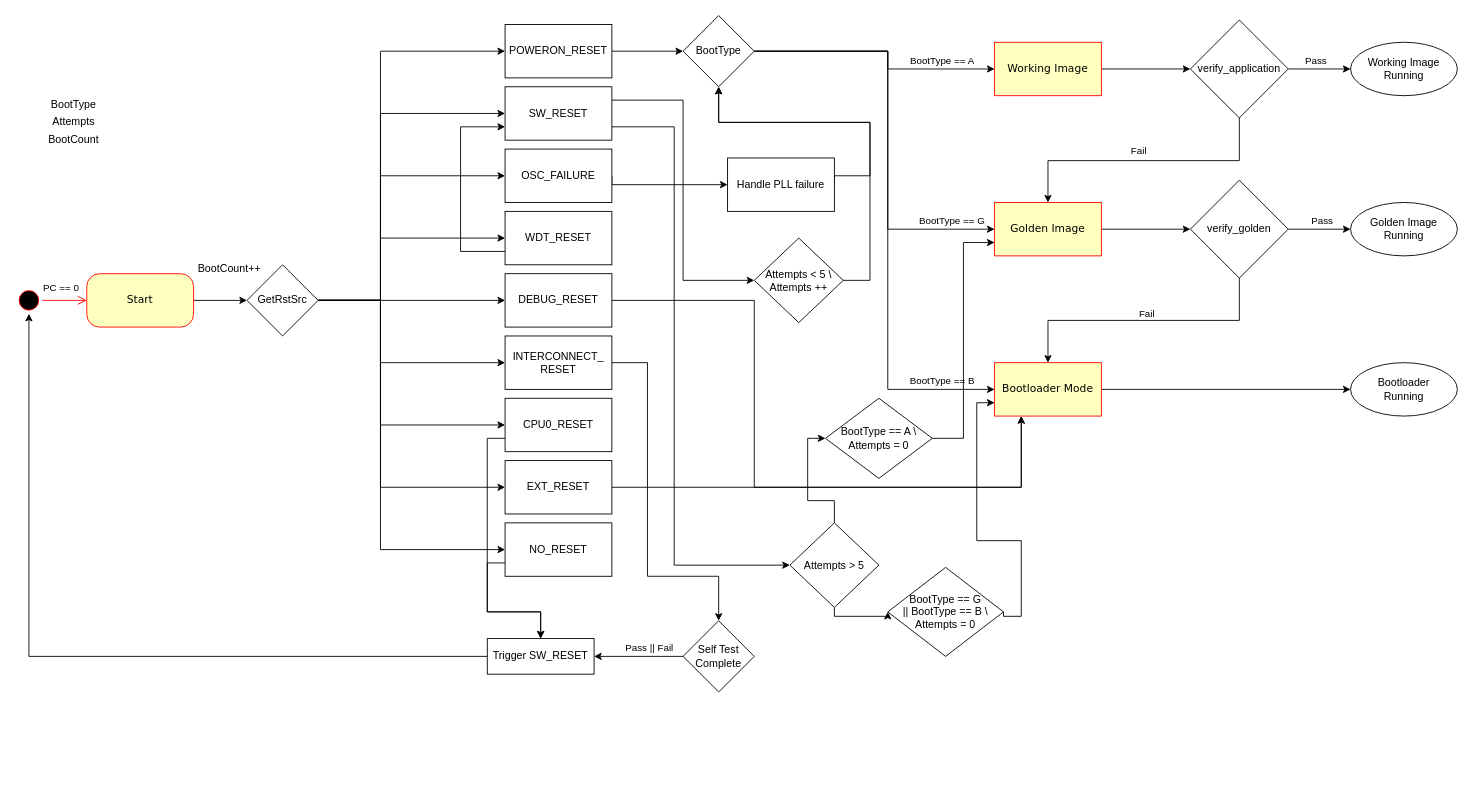
The draw.io diagram Boot_decisions.drawio in AlbertaSat/ex2_bootloader, before the edit. Source tidied: cells renumbered, new cells numbered last; positions are measured from the earlier drawing's top-left corner, leaving out a move shared by most shapes. Both pictures are drawn from the tidied source at 89%, with x=0, y=0 at pixel (15, 15).
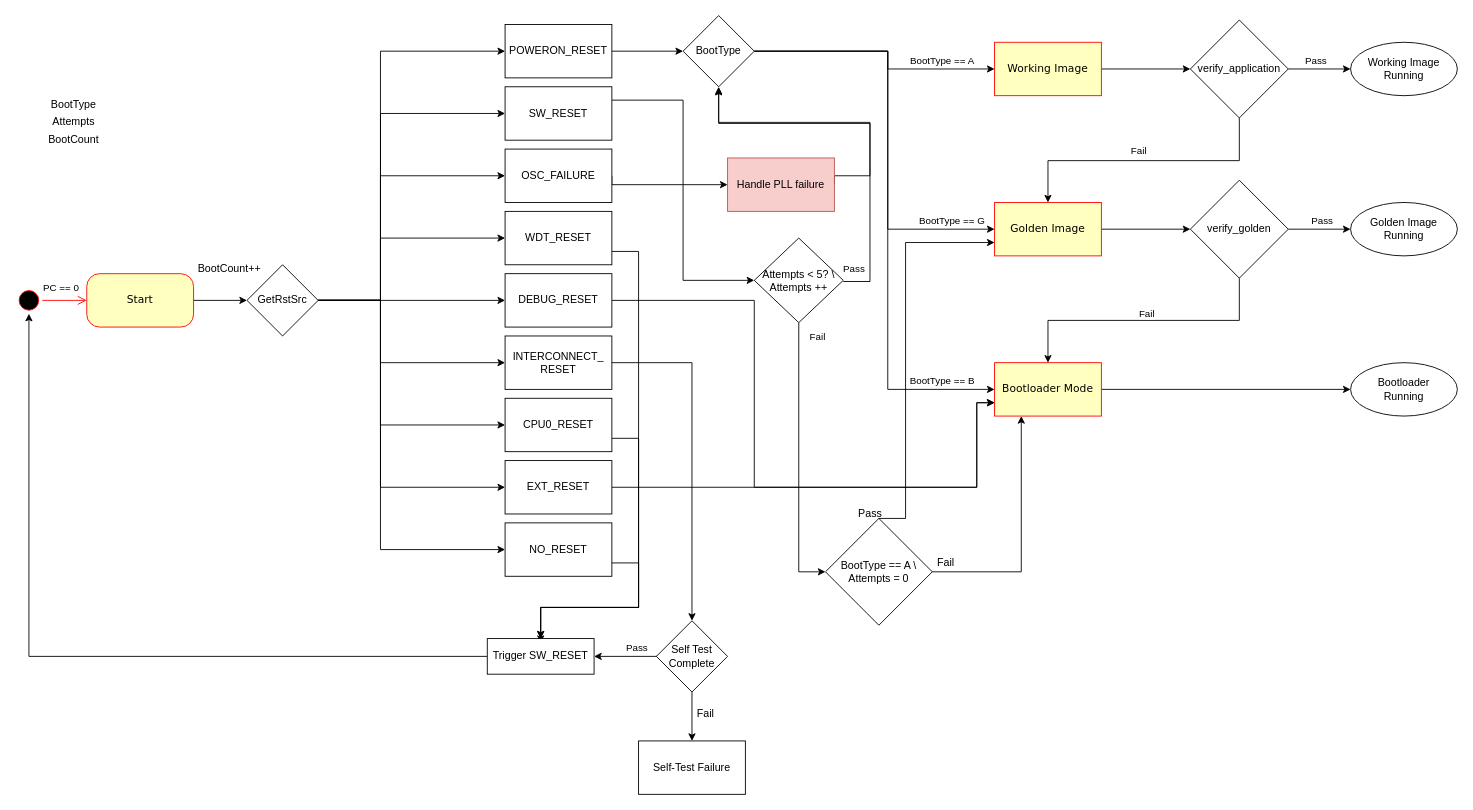
After the change.

Commit message:
Clean up diagram

Unchanged cells that the change refers to:
```xml
<mxCell id="4" value="Bootloader Mode" style="rounded=1;whiteSpace=wrap;html=1;arcSize=0;fillColor=#ffffc0;strokeColor=#ff0000;shadow=0;comic=0;labelBackgroundColor=none;fontFamily=Verdana;fontSize=12;fontColor=#000000;align=center;" parent="1" vertex="1">
  <mxGeometry x="1100" y="390" width="120" height="60" as="geometry" />
</mxCell>
<mxCell id="19" value="Golden Image&lt;span style=&quot;white-space: pre&quot;&gt;&lt;/span&gt;" style="rounded=1;whiteSpace=wrap;html=1;arcSize=0;fillColor=#ffffc0;strokeColor=#ff0000;shadow=0;comic=0;labelBackgroundColor=none;fontFamily=Verdana;fontSize=12;fontColor=#000000;align=center;" parent="1" vertex="1">
  <mxGeometry x="1100" y="210" width="120" height="60" as="geometry" />
</mxCell>
<mxCell id="29" value="SW_RESET" style="rounded=0;whiteSpace=wrap;html=1;" parent="1" vertex="1">
  <mxGeometry x="550" y="80" width="120" height="60" as="geometry" />
</mxCell>
<mxCell id="33" value="WDT_RESET" style="rounded=0;whiteSpace=wrap;html=1;" parent="1" vertex="1">
  <mxGeometry x="550" y="220" width="120" height="60" as="geometry" />
</mxCell>
<mxCell id="35" value="DEBUG_RESET" style="rounded=0;whiteSpace=wrap;html=1;" parent="1" vertex="1">
  <mxGeometry x="550" y="290" width="120" height="60" as="geometry" />
</mxCell>
<mxCell id="37" value="&lt;div&gt;INTERCONNECT_&lt;/div&gt;&lt;div&gt;RESET&lt;br&gt;&lt;/div&gt;" style="rounded=0;whiteSpace=wrap;html=1;" parent="1" vertex="1">
  <mxGeometry x="550" y="360" width="120" height="60" as="geometry" />
</mxCell>
<mxCell id="39" value="CPU0_RESET" style="rounded=0;whiteSpace=wrap;html=1;" parent="1" vertex="1">
  <mxGeometry x="550" y="430" width="120" height="60" as="geometry" />
</mxCell>
<mxCell id="41" value="EXT_RESET" style="rounded=0;whiteSpace=wrap;html=1;" parent="1" vertex="1">
  <mxGeometry x="550" y="500" width="120" height="60" as="geometry" />
</mxCell>
<mxCell id="43" value="NO_RESET" style="rounded=0;whiteSpace=wrap;html=1;" parent="1" vertex="1">
  <mxGeometry x="550" y="570" width="120" height="60" as="geometry" />
</mxCell>
<mxCell id="52" value="BootType" style="rhombus;whiteSpace=wrap;html=1;" parent="1" vertex="1">
  <mxGeometry x="750" width="80" height="80" as="geometry" />
</mxCell>
<mxCell id="68" style="edgeStyle=orthogonalEdgeStyle;rounded=0;jumpSize=6;jettySize=auto;html=1;exitX=0;exitY=0.5;exitDx=0;exitDy=0;entryX=1;entryY=0.5;entryDx=0;entryDy=0;" parent="1" edge="1" source="70" target="72">
  <mxGeometry relative="1" as="geometry">
    <Array as="points">
      <mxPoint x="750" y="720" />
    </Array>
  </mxGeometry>
</mxCell>
<mxCell id="72" value="Trigger SW_RESET" style="rounded=0;whiteSpace=wrap;html=1;" parent="1" vertex="1">
  <mxGeometry x="530" y="700" width="120" height="40" as="geometry" />
</mxCell>
```

Diff of the diagram source:
```diff
@@
-    <mxCell id="27" style="edgeStyle=orthogonalEdgeStyle;rounded=0;jumpSize=6;jettySize=auto;html=1;exitX=1;exitY=0.75;exitDx=0;exitDy=0;entryX=0;entryY=0.5;entryDx=0;entryDy=0;fontColor=#FF0000;" parent="1" edge="1" source="29" target="75">
-      <mxGeometry relative="1" as="geometry">
-        <Array as="points">
-          <mxPoint x="740" y="125" />
-          <mxPoint x="740" y="618" />
-        </Array>
-      </mxGeometry>
-    </mxCell>
@@
-    <mxCell id="32" style="edgeStyle=orthogonalEdgeStyle;rounded=0;jumpSize=6;jettySize=auto;html=1;exitX=0;exitY=0.75;exitDx=0;exitDy=0;entryX=0;entryY=0.75;entryDx=0;entryDy=0;fontColor=#FF0000;" parent="1" edge="1" source="33" target="29">
+    <mxCell id="32" style="edgeStyle=orthogonalEdgeStyle;rounded=0;jumpSize=6;jettySize=auto;html=1;exitX=1;exitY=0.75;exitDx=0;exitDy=0;fontColor=#FF0000;" parent="1" edge="1" source="33">
       <mxGeometry relative="1" as="geometry">
+        <mxPoint x="590" y="705" as="targetPoint" />
         <Array as="points">
-          <mxPoint x="500" y="265" />
-          <mxPoint x="500" y="125" />
+          <mxPoint x="700" y="265" />
+          <mxPoint x="700" y="665" />
+          <mxPoint x="590" y="665" />
         </Array>
       </mxGeometry>
     </mxCell>
@@
-    <mxCell id="34" style="edgeStyle=orthogonalEdgeStyle;rounded=0;jumpSize=6;jettySize=auto;html=1;exitX=1;exitY=0.5;exitDx=0;exitDy=0;" parent="1" edge="1" source="35">
+    <mxCell id="34" style="edgeStyle=orthogonalEdgeStyle;rounded=0;jumpSize=6;jettySize=auto;html=1;exitX=1;exitY=0.5;exitDx=0;exitDy=0;entryX=0;entryY=0.75;entryDx=0;entryDy=0;" parent="1" edge="1" source="35" target="4">
       <mxGeometry relative="1" as="geometry">
-        <mxPoint x="1130" y="450" as="targetPoint" />
         <Array as="points">
           <mxPoint x="830" y="320" />
           <mxPoint x="830" y="530" />
-          <mxPoint x="1130" y="530" />
+          <mxPoint x="1080" y="530" />
+          <mxPoint x="1080" y="435" />
         </Array>
       </mxGeometry>
     </mxCell>
@@
     <mxCell id="36" style="edgeStyle=orthogonalEdgeStyle;rounded=0;jumpSize=6;jettySize=auto;html=1;exitX=1;exitY=0.5;exitDx=0;exitDy=0;entryX=0.5;entryY=0;entryDx=0;entryDy=0;" parent="1" edge="1" source="37" target="70">
       <mxGeometry relative="1" as="geometry">
         <Array as="points">
-          <mxPoint x="710" y="390" />
-          <mxPoint x="710" y="630" />
-          <mxPoint x="790" y="630" />
+          <mxPoint x="760" y="390" />
         </Array>
       </mxGeometry>
     </mxCell>
@@
-    <mxCell id="38" style="edgeStyle=orthogonalEdgeStyle;rounded=0;jumpSize=6;jettySize=auto;html=1;exitX=0;exitY=0.75;exitDx=0;exitDy=0;entryX=0.5;entryY=0;entryDx=0;entryDy=0;fontColor=#FF0000;" parent="1" edge="1" source="39" target="72">
+    <mxCell id="38" style="edgeStyle=orthogonalEdgeStyle;rounded=0;jumpSize=6;jettySize=auto;html=1;exitX=1;exitY=0.75;exitDx=0;exitDy=0;entryX=0.5;entryY=0;entryDx=0;entryDy=0;fontColor=#FF0000;" parent="1" edge="1" source="39" target="72">
       <mxGeometry relative="1" as="geometry">
         <Array as="points">
-          <mxPoint x="530" y="475" />
-          <mxPoint x="530" y="670" />
-          <mxPoint x="590" y="670" />
+          <mxPoint x="700" y="475" />
+          <mxPoint x="700" y="665" />
+          <mxPoint x="590" y="665" />
         </Array>
       </mxGeometry>
     </mxCell>
@@
-    <mxCell id="40" style="edgeStyle=orthogonalEdgeStyle;rounded=0;jumpSize=6;jettySize=auto;html=1;exitX=1;exitY=0.5;exitDx=0;exitDy=0;" parent="1" edge="1" source="41">
+    <mxCell id="40" style="edgeStyle=orthogonalEdgeStyle;rounded=0;jumpSize=6;jettySize=auto;html=1;exitX=1;exitY=0.5;exitDx=0;exitDy=0;entryX=0;entryY=0.75;entryDx=0;entryDy=0;" parent="1" edge="1" source="41" target="4">
       <mxGeometry relative="1" as="geometry">
-        <mxPoint x="1130" y="450" as="targetPoint" />
         <Array as="points">
-          <mxPoint x="1130" y="530" />
+          <mxPoint x="1080" y="530" />
+          <mxPoint x="1080" y="435" />
         </Array>
       </mxGeometry>
     </mxCell>
@@
-    <mxCell id="42" style="edgeStyle=orthogonalEdgeStyle;rounded=0;jumpSize=6;jettySize=auto;html=1;exitX=0;exitY=0.75;exitDx=0;exitDy=0;entryX=0.5;entryY=0;entryDx=0;entryDy=0;fontColor=#FF0000;" parent="1" edge="1" source="43" target="72">
+    <mxCell id="42" style="edgeStyle=orthogonalEdgeStyle;rounded=0;jumpSize=6;jettySize=auto;html=1;exitX=1;exitY=0.75;exitDx=0;exitDy=0;entryX=0.5;entryY=0;entryDx=0;entryDy=0;fontColor=#FF0000;" parent="1" edge="1" source="43" target="72">
       <mxGeometry relative="1" as="geometry">
         <Array as="points">
-          <mxPoint x="530" y="615" />
-          <mxPoint x="530" y="670" />
-          <mxPoint x="590" y="670" />
+          <mxPoint x="700" y="615" />
+          <mxPoint x="700" y="665" />
+          <mxPoint x="590" y="665" />
         </Array>
       </mxGeometry>
     </mxCell>
@@
-    <mxCell id="67" value="Handle PLL failure" style="rounded=0;whiteSpace=wrap;html=1;" parent="1" vertex="1">
+    <mxCell id="67" value="Handle PLL failure" style="rounded=0;whiteSpace=wrap;html=1;fillColor=#f8cecc;strokeColor=#b85450;" parent="1" vertex="1">
       <mxGeometry x="800" y="160" width="120" height="60" as="geometry" />
     </mxCell>
@@
-    <mxCell id="69" value="&lt;div&gt;Pass || Fail&lt;/div&gt;" style="edgeLabel;html=1;align=center;verticalAlign=middle;" parent="68" vertex="1">
+    <mxCell id="69" value="&lt;div&gt;Pass&lt;/div&gt;" style="edgeLabel;html=1;align=center;verticalAlign=middle;" parent="68" vertex="1">
       <mxGeometry x="-0.86" relative="1" as="geometry">
         <mxPoint x="-32" y="-10" as="offset" />
       </mxGeometry>
     </mxCell>
+    <mxCell id="82" style="edgeStyle=orthogonalEdgeStyle;rounded=0;jettySize=auto;html=1;exitX=0.5;exitY=1;exitDx=0;exitDy=0;" parent="1" edge="1" source="70" target="86">
+      <mxGeometry relative="1" as="geometry" />
+    </mxCell>
     <mxCell id="70" value="&lt;div&gt;Self Test&lt;/div&gt;&lt;div&gt;Complete&lt;br&gt;&lt;/div&gt;" style="rhombus;whiteSpace=wrap;html=1;" parent="1" vertex="1">
-      <mxGeometry x="750" y="680" width="80" height="80" as="geometry" />
+      <mxGeometry x="720" y="680" width="80" height="80" as="geometry" />
     </mxCell>
@@
-    <mxCell id="73" style="edgeStyle=orthogonalEdgeStyle;rounded=0;jumpSize=6;jettySize=auto;html=1;exitX=0.5;exitY=1;exitDx=0;exitDy=0;entryX=0;entryY=0.5;entryDx=0;entryDy=0;" parent="1" edge="1" source="75" target="79">
-      <mxGeometry relative="1" as="geometry">
-        <Array as="points">
-          <mxPoint x="920" y="675" />
-        </Array>
-      </mxGeometry>
-    </mxCell>
-    <mxCell id="74" style="edgeStyle=orthogonalEdgeStyle;rounded=0;jumpSize=6;jettySize=auto;html=1;exitX=0.5;exitY=0;exitDx=0;exitDy=0;entryX=0;entryY=0.5;entryDx=0;entryDy=0;" parent="1" edge="1" source="75" target="77">
-      <mxGeometry relative="1" as="geometry" />
-    </mxCell>
-    <mxCell id="75" value="Attempts &amp;gt; 5" style="rhombus;whiteSpace=wrap;html=1;" parent="1" vertex="1">
-      <mxGeometry x="870" y="570" width="100" height="95" as="geometry" />
+    <mxCell id="75" value="&lt;div&gt;BootType == A \&lt;/div&gt;&lt;div&gt;Attempts = 0&lt;br&gt;&lt;/div&gt;" style="rhombus;whiteSpace=wrap;html=1;" parent="1" vertex="1">
+      <mxGeometry x="910" y="565" width="120" height="120" as="geometry" />
     </mxCell>
-    <mxCell id="76" style="edgeStyle=orthogonalEdgeStyle;rounded=0;jumpSize=6;jettySize=auto;html=1;exitX=1;exitY=0.5;exitDx=0;exitDy=0;entryX=0;entryY=0.75;entryDx=0;entryDy=0;" parent="1" edge="1" source="77" target="19">
-      <mxGeometry relative="1" as="geometry" />
+    <mxCell id="76" style="edgeStyle=orthogonalEdgeStyle;rounded=0;jumpSize=6;jettySize=auto;html=1;exitX=0.5;exitY=0;exitDx=0;exitDy=0;entryX=0;entryY=0.75;entryDx=0;entryDy=0;" parent="1" edge="1" source="75" target="19">
+      <mxGeometry relative="1" as="geometry">
+        <Array as="points">
+          <mxPoint x="1000" y="565" />
+          <mxPoint x="1000" y="255" />
+        </Array>
+      </mxGeometry>
     </mxCell>
-    <mxCell id="77" value="&lt;div&gt;BootType == A \&lt;/div&gt;&lt;div&gt;Attempts = 0&lt;br&gt;&lt;/div&gt;" style="rhombus;whiteSpace=wrap;html=1;" parent="1" vertex="1">
-      <mxGeometry x="910" y="430" width="120" height="90" as="geometry" />
-    </mxCell>
-    <mxCell id="78" style="edgeStyle=orthogonalEdgeStyle;rounded=0;jumpSize=6;jettySize=auto;html=1;exitX=1;exitY=0.5;exitDx=0;exitDy=0;entryX=0;entryY=0.75;entryDx=0;entryDy=0;" parent="1" edge="1" source="79" target="4">
+    <mxCell id="78" style="edgeStyle=orthogonalEdgeStyle;rounded=0;jumpSize=6;jettySize=auto;html=1;exitX=1;exitY=0.5;exitDx=0;exitDy=0;entryX=0.25;entryY=1;entryDx=0;entryDy=0;" parent="1" edge="1" source="75" target="4">
       <mxGeometry relative="1" as="geometry">
         <Array as="points">
-          <mxPoint x="1130" y="675" />
-          <mxPoint x="1130" y="590" />
-          <mxPoint x="1080" y="590" />
-          <mxPoint x="1080" y="435" />
+          <mxPoint x="1130" y="625" />
         </Array>
       </mxGeometry>
     </mxCell>
-    <mxCell id="79" value="&lt;div&gt;BootType == G&lt;/div&gt;&lt;div&gt;|| BootType == B \&lt;/div&gt;&lt;div&gt;Attempts = 0&lt;br&gt;&lt;/div&gt;" style="rhombus;whiteSpace=wrap;html=1;" parent="1" vertex="1">
-      <mxGeometry x="980" y="620" width="130" height="100" as="geometry" />
-    </mxCell>
-    <mxCell id="80" style="edgeStyle=orthogonalEdgeStyle;rounded=0;jumpSize=6;jettySize=auto;html=1;exitX=1;exitY=0.5;exitDx=0;exitDy=0;entryX=0.5;entryY=1;entryDx=0;entryDy=0;" parent="1" edge="1" source="81" target="52">
+    <mxCell id="80" style="edgeStyle=orthogonalEdgeStyle;rounded=0;jumpSize=6;orthogonalLoop=1;jettySize=auto;html=1;exitX=1;exitY=0.5;exitDx=0;exitDy=0;entryX=0.5;entryY=1;entryDx=0;entryDy=0;" parent="1" edge="1">
       <mxGeometry relative="1" as="geometry">
+        <mxPoint x="930" y="298.8" as="sourcePoint" />
+        <mxPoint x="790" y="81.2" as="targetPoint" />
         <Array as="points">
-          <mxPoint x="960" y="298" />
-          <mxPoint x="960" y="120" />
-          <mxPoint x="790" y="120" />
+          <mxPoint x="960" y="299.2" />
+          <mxPoint x="960" y="121.2" />
+          <mxPoint x="790" y="121.2" />
         </Array>
       </mxGeometry>
     </mxCell>
+    <mxCell id="83" value="&lt;div&gt;Pass&lt;/div&gt;" style="edgeLabel;html=1;align=center;verticalAlign=middle;" parent="80" vertex="1">
+      <mxGeometry x="-0.88" y="-1" relative="1" as="geometry">
+        <mxPoint x="-14" y="-15" as="offset" />
+      </mxGeometry>
+    </mxCell>
+    <mxCell id="84" style="edgeStyle=orthogonalEdgeStyle;rounded=0;jettySize=auto;html=1;exitX=0.5;exitY=1;exitDx=0;exitDy=0;entryX=0;entryY=0.5;entryDx=0;entryDy=0;" parent="1" edge="1" source="81" target="75">
+      <mxGeometry relative="1" as="geometry">
+        <Array as="points">
+          <mxPoint x="880" y="625" />
+        </Array>
+      </mxGeometry>
+    </mxCell>
+    <mxCell id="85" value="&lt;div&gt;Fail&lt;/div&gt;" style="edgeLabel;html=1;align=center;verticalAlign=middle;" parent="84" vertex="1">
+      <mxGeometry x="-0.91" y="-2" relative="1" as="geometry">
+        <mxPoint x="22" y="1" as="offset" />
+      </mxGeometry>
+    </mxCell>
-    <mxCell id="81" value="&lt;div&gt;Attempts &amp;lt; 5 \&lt;/div&gt;&lt;div&gt;Attempts ++&lt;br&gt;&lt;/div&gt;" style="rhombus;whiteSpace=wrap;html=1;" parent="1" vertex="1">
+    <mxCell id="81" value="&lt;div&gt;Attempts &amp;lt; 5? \&lt;/div&gt;&lt;div&gt;Attempts ++&lt;br&gt;&lt;/div&gt;" style="rhombus;whiteSpace=wrap;html=1;" parent="1" vertex="1">
       <mxGeometry x="830" y="250" width="100" height="95" as="geometry" />
     </mxCell>
+    <mxCell id="86" value="Self-Test Failure" style="rounded=0;whiteSpace=wrap;html=1;" parent="1" vertex="1">
+      <mxGeometry x="700" y="815" width="120" height="60" as="geometry" />
+    </mxCell>
+    <mxCell id="87" value="&lt;div&gt;Fail&lt;/div&gt;" style="text;html=1;align=center;verticalAlign=middle;strokeColor=none;" parent="1" vertex="1">
+      <mxGeometry x="760" y="775" width="30" height="20" as="geometry" />
+    </mxCell>
+    <mxCell id="88" value="&lt;div&gt;Pass&lt;/div&gt;" style="text;html=1;align=center;verticalAlign=middle;strokeColor=none;" parent="1" vertex="1">
+      <mxGeometry x="940" y="550" width="40" height="20" as="geometry" />
+    </mxCell>
+    <mxCell id="89" value="&lt;div&gt;Fail&lt;/div&gt;" style="text;html=1;align=center;verticalAlign=middle;strokeColor=none;" parent="1" vertex="1">
+      <mxGeometry x="1030" y="605" width="30" height="20" as="geometry" />
+    </mxCell>
```
